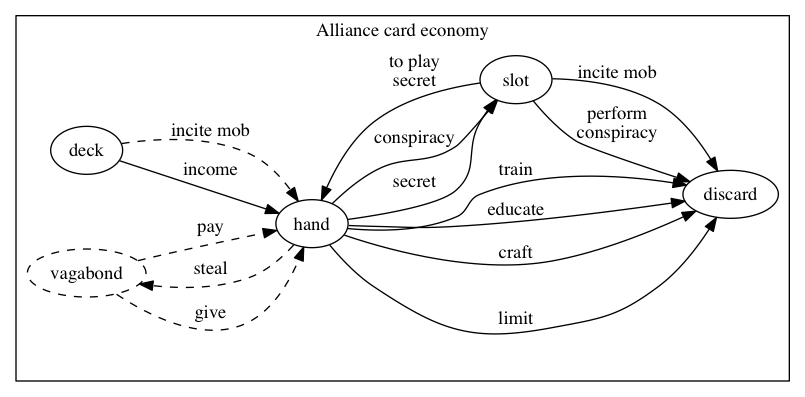
Above: diagrams/alliance-cards.png in krawaller/root (Graphviz), before the change. Its source is kept beside it as diagrams/alliance-cards.dot. Its diagram source:
```dot
digraph {
  rankdir = LR;
  bgcolor = transparent;

  subgraph cluster_alliancecards {

    label = "Alliance card economy"

    deck -> hand [label="income"]

    hand -> discard [label="limit"]

    hand -> discard [label="craft"]

    hand -> discard [label="educate"]

    hand -> discard [label="train"]

    slot -> hand [label="to play\nsecret"]

    hand -> slot [label="secret"]

    hand -> slot [label="conspiracy"]

    slot -> discard [label="perform\nconspiracy"]

    slot -> discard [label="incite mob"]

    deck -> hand [label="incite mob" style=dashed]

    vagabond [style=dashed]
    vagabond -> hand [label="pay" style=dashed]
    vagabond -> hand [label="give" style=dashed]
    hand -> vagabond [label="steal" style=dashed]

    {rank=same; deck, vagabond}
  }
}
```
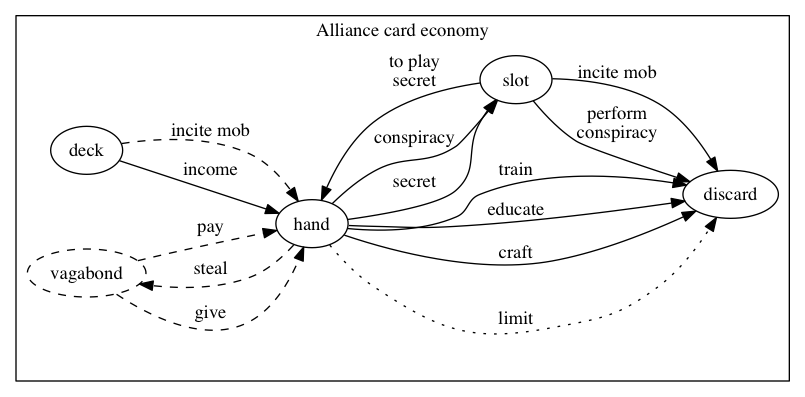
Later version of the same file.

Commit message:
differentiate limit actions

Diff of the diagram source:
```diff
@@ -8,7 +8,7 @@
 
     deck -> hand [label="income"]
 
-    hand -> discard [label="limit"]
+    hand -> discard [label="limit" style=dotted]
 
     hand -> discard [label="craft"]
 
```
